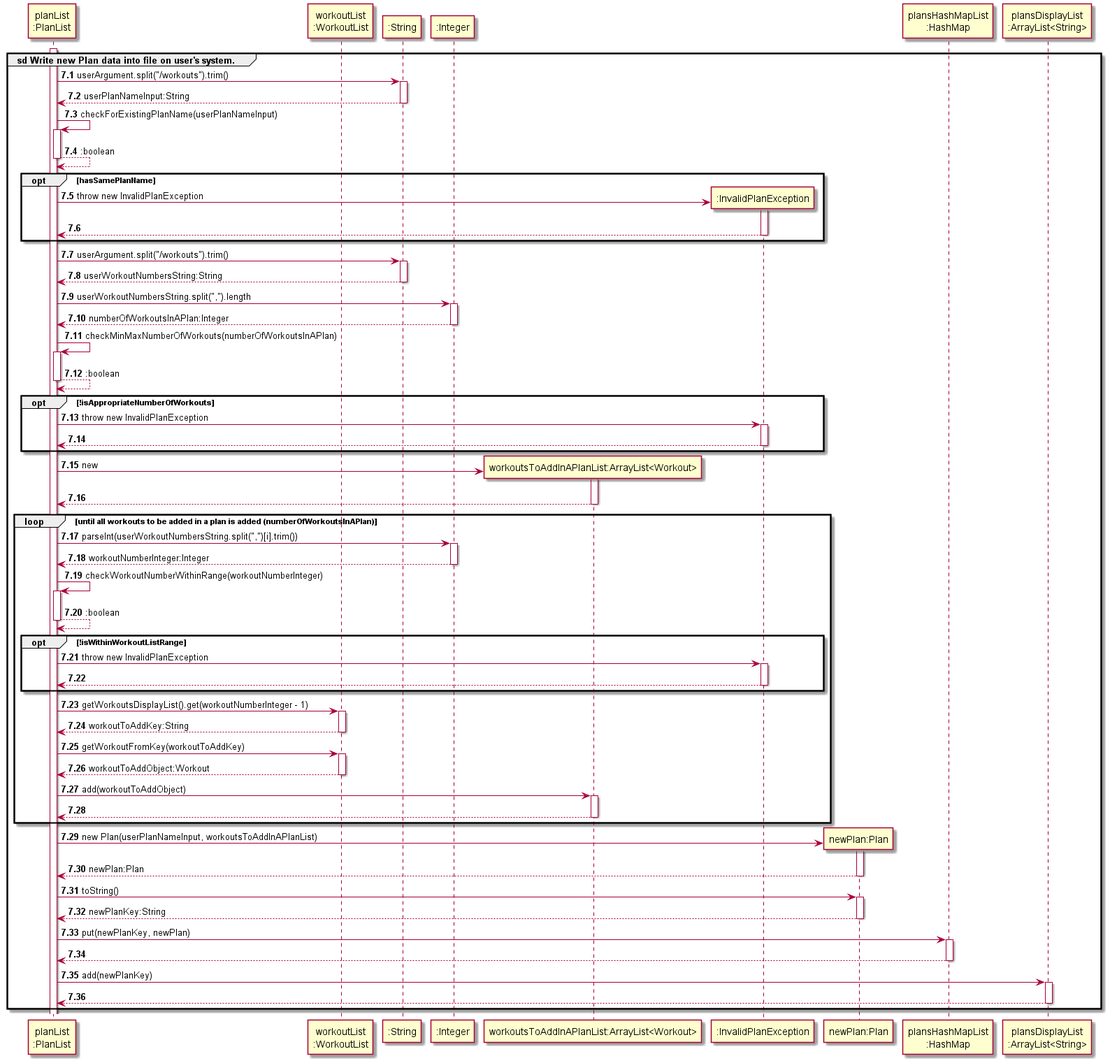
This is docs/uml/sequenceDiagrams/images/createAndAddPlan.png from nus-cs2113-AY2122S2/tp, a PlantUML export, as it was before one commit.
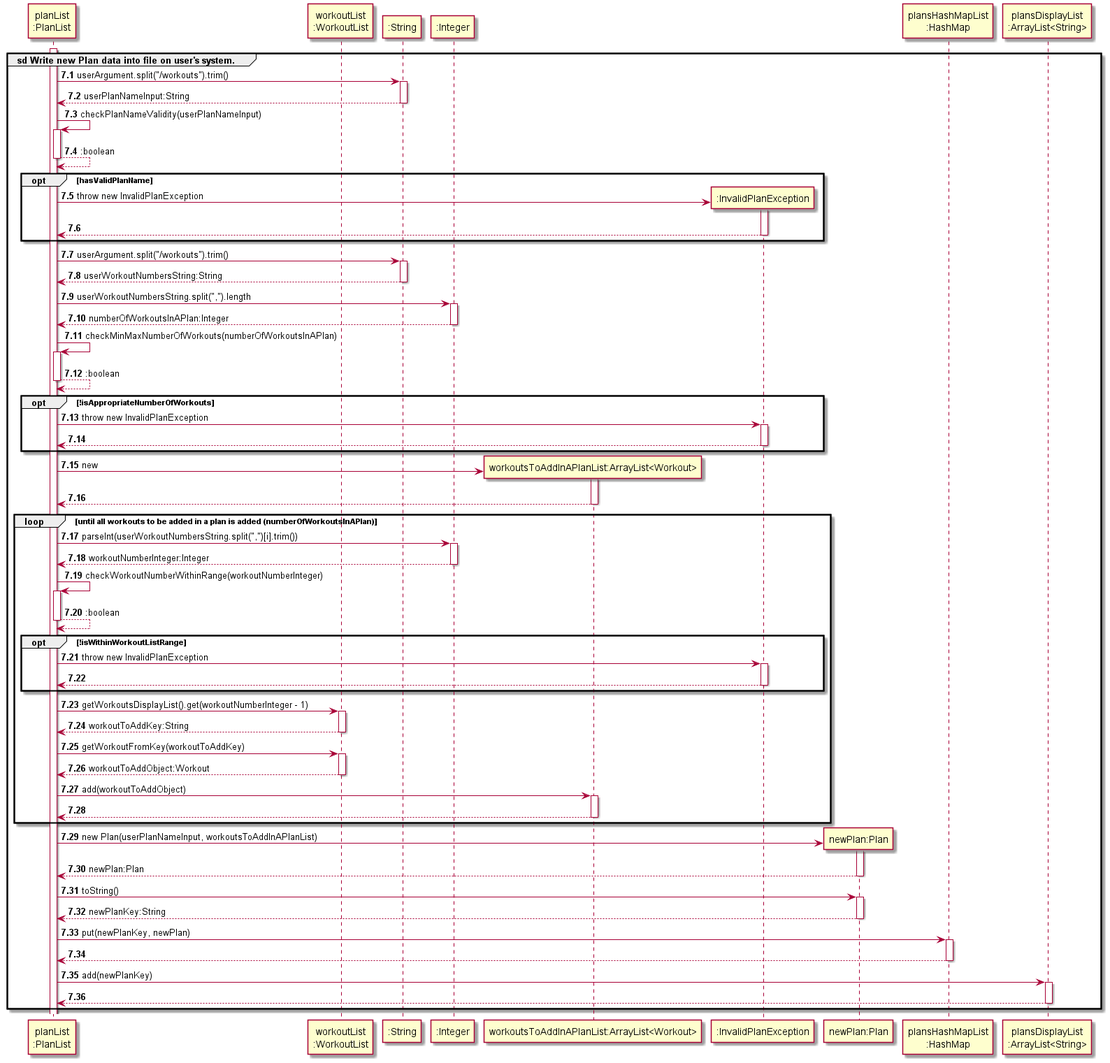
Above is the later version.

Commit message:
Enhance check for valid plan name

Change to the diagram source:
```diff
@@ -3,92 +3,92 @@
 
 autonumber 7.1
 
-participant "planList\n:PlanList" AS wl
-participant "workoutList\n:WorkoutList" AS el
+participant "planList\n:PlanList" AS pl
+participant "workoutList\n:WorkoutList" AS wl
 
-activate wl
+activate pl
 group sd Write new Plan data into file on user's system.
-wl -> ":String" : userArgument.split("/workouts").trim()
+pl -> ":String" : userArgument.split("/workouts").trim()
 activate ":String"
 return userPlanNameInput:String
 deactivate ":String"
 
-wl -> wl : checkForExistingPlanName(userPlanNameInput)
-activate wl
+pl -> pl : checkPlanNameValidity(userPlanNameInput)
+activate pl
 return :boolean
 
-opt hasSamePlanName
+opt hasValidPlanName
 create ":InvalidPlanException" AS ipe
-wl -> ipe : throw new InvalidPlanException
+pl -> ipe : throw new InvalidPlanException
 activate ipe
 return
 end
 
-wl -> ":String" : userArgument.split("/workouts").trim()
+pl -> ":String" : userArgument.split("/workouts").trim()
 activate ":String"
 return userWorkoutNumbersString:String
 deactivate ":String"
 
-wl -> ":Integer" : userWorkoutNumbersString.split(",").length
+pl -> ":Integer" : userWorkoutNumbersString.split(",").length
 activate ":Integer"
 return numberOfWorkoutsInAPlan:Integer
 deactivate ":Integer"
 
-wl -> wl : checkMinMaxNumberOfWorkouts(numberOfWorkoutsInAPlan)
-activate wl
+pl -> pl : checkMinMaxNumberOfWorkouts(numberOfWorkoutsInAPlan)
+activate pl
 return :boolean
 
 opt !isAppropriateNumberOfWorkouts
 create ":InvalidPlanException" AS ipe
-wl -> ipe : throw new InvalidPlanException
+pl -> ipe : throw new InvalidPlanException
 activate ipe
 return
 end
 
 create "workoutsToAddInAPlanList:ArrayList<Workout>" AS wtoadd
-wl -> wtoadd : new
+pl -> wtoadd : new
 activate wtoadd
 return
 
 loop until all workouts to be added in a plan is added (numberOfWorkoutsInAPlan)
-wl -> ":Integer" : parseInt(userWorkoutNumbersString.split(",")[i].trim())
+pl -> ":Integer" : parseInt(userWorkoutNumbersString.split(",")[i].trim())
 activate ":Integer"
 return workoutNumberInteger:Integer
 deactivate ":Integer"
-wl -> wl : checkWorkoutNumberWithinRange(workoutNumberInteger)
-activate wl
+pl -> pl : checkWorkoutNumberWithinRange(workoutNumberInteger)
+activate pl
 return :boolean
 opt !isWithinWorkoutListRange
 create ":InvalidPlanException" AS ipe
-wl -> ipe : throw new InvalidPlanException
+pl -> ipe : throw new InvalidPlanException
 activate ipe
 return
 end
-wl -> el : getWorkoutsDisplayList().get(workoutNumberInteger - 1)
-activate el
+pl -> wl : getWorkoutsDisplayList().get(workoutNumberInteger - 1)
+activate wl
 return workoutToAddKey:String
-wl -> el : getWorkoutFromKey(workoutToAddKey)
-activate el
+pl -> wl : getWorkoutFromKey(workoutToAddKey)
+activate wl
 return workoutToAddObject:Workout
-wl -> wtoadd : add(workoutToAddObject)
+pl -> wtoadd : add(workoutToAddObject)
 activate wtoadd
 return
 end
 
 create "newPlan:Plan" AS newPlan
-wl -> newPlan : new Plan(userPlanNameInput, workoutsToAddInAPlanList)
+pl -> newPlan : new Plan(userPlanNameInput, workoutsToAddInAPlanList)
 activate newPlan
 return newPlan:Plan
 
-wl -> newPlan : toString()
+pl -> newPlan : toString()
 activate newPlan
 return newPlanKey:String
 
-wl -> "plansHashMapList\n:HashMap" : put(newPlanKey, newPlan)
+pl -> "plansHashMapList\n:HashMap" : put(newPlanKey, newPlan)
 activate "plansHashMapList\n:HashMap"
 return
 
-wl -> "plansDisplayList\n:ArrayList<String>" : add(newPlanKey)
+pl -> "plansDisplayList\n:ArrayList<String>" : add(newPlanKey)
 activate "plansDisplayList\n:ArrayList<String>"
 return
 
```
